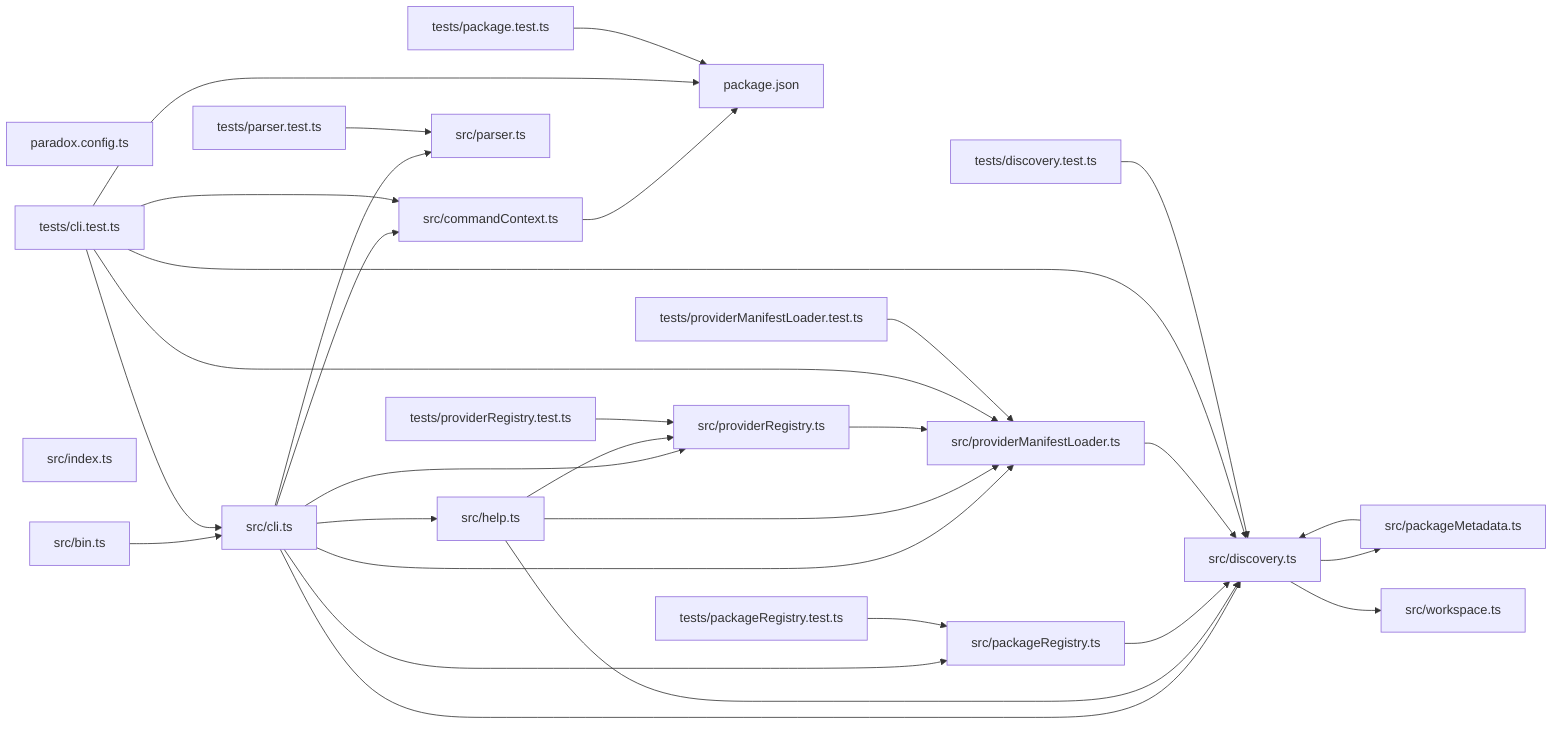
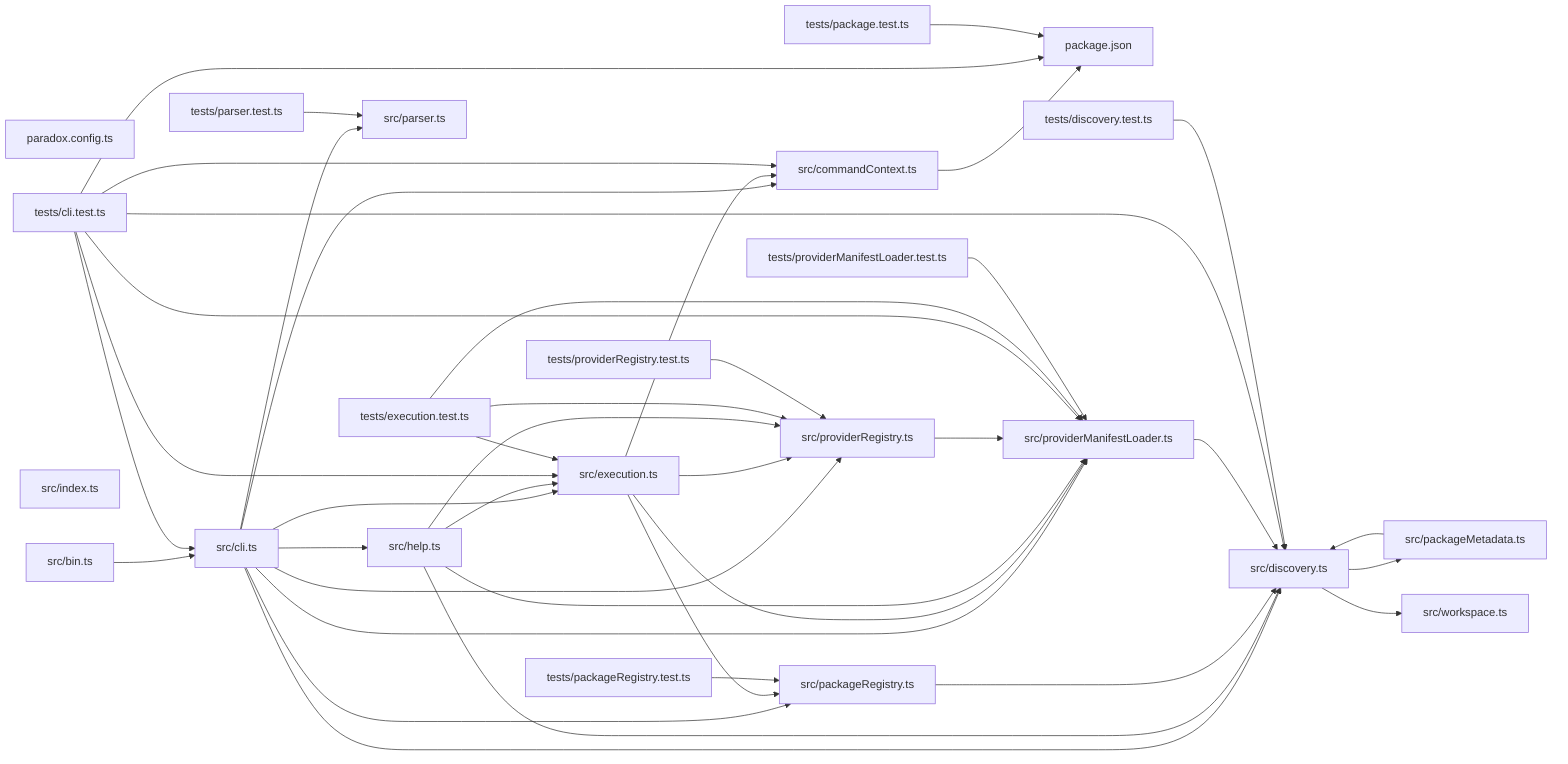
graph LR
  module_package_json["package.json"]
  module_paradox_config_ts["paradox.config.ts"]
  module_src_bin_ts["src/bin.ts"]
  module_src_cli_ts["src/cli.ts"]
  module_src_commandContext_ts["src/commandContext.ts"]
  module_src_discovery_ts["src/discovery.ts"]
+   module_src_execution_ts["src/execution.ts"]
  module_src_help_ts["src/help.ts"]
  module_src_index_ts["src/index.ts"]
  module_src_packageMetadata_ts["src/packageMetadata.ts"]
  module_src_packageRegistry_ts["src/packageRegistry.ts"]
  module_src_parser_ts["src/parser.ts"]
  module_src_providerManifestLoader_ts["src/providerManifestLoader.ts"]
  module_src_providerRegistry_ts["src/providerRegistry.ts"]
  module_src_workspace_ts["src/workspace.ts"]
  module_tests_cli_test_ts["tests/cli.test.ts"]
  module_tests_discovery_test_ts["tests/discovery.test.ts"]
+   module_tests_execution_test_ts["tests/execution.test.ts"]
  module_tests_package_test_ts["tests/package.test.ts"]
  module_tests_packageRegistry_test_ts["tests/packageRegistry.test.ts"]
  module_tests_parser_test_ts["tests/parser.test.ts"]
  module_tests_providerManifestLoader_test_ts["tests/providerManifestLoader.test.ts"]
  module_tests_providerRegistry_test_ts["tests/providerRegistry.test.ts"]
  module_src_bin_ts --> module_src_cli_ts
  module_src_cli_ts --> module_src_commandContext_ts
  module_src_cli_ts --> module_src_discovery_ts
+   module_src_cli_ts --> module_src_execution_ts
  module_src_cli_ts --> module_src_help_ts
  module_src_cli_ts --> module_src_packageRegistry_ts
  module_src_cli_ts --> module_src_parser_ts
  module_src_cli_ts --> module_src_providerManifestLoader_ts
  module_src_cli_ts --> module_src_providerRegistry_ts
  module_src_commandContext_ts --> module_package_json
  module_src_discovery_ts --> module_src_packageMetadata_ts
  module_src_discovery_ts --> module_src_workspace_ts
+   module_src_execution_ts --> module_src_commandContext_ts
+   module_src_execution_ts --> module_src_packageRegistry_ts
+   module_src_execution_ts --> module_src_providerManifestLoader_ts
+   module_src_execution_ts --> module_src_providerRegistry_ts
  module_src_help_ts --> module_src_discovery_ts
+   module_src_help_ts --> module_src_execution_ts
  module_src_help_ts --> module_src_providerManifestLoader_ts
  module_src_help_ts --> module_src_providerRegistry_ts
  module_src_packageMetadata_ts --> module_src_discovery_ts
  module_src_packageRegistry_ts --> module_src_discovery_ts
  module_src_providerManifestLoader_ts --> module_src_discovery_ts
  module_src_providerRegistry_ts --> module_src_providerManifestLoader_ts
  module_tests_cli_test_ts --> module_package_json
  module_tests_cli_test_ts --> module_src_cli_ts
  module_tests_cli_test_ts --> module_src_commandContext_ts
  module_tests_cli_test_ts --> module_src_discovery_ts
+   module_tests_cli_test_ts --> module_src_execution_ts
  module_tests_cli_test_ts --> module_src_providerManifestLoader_ts
  module_tests_discovery_test_ts --> module_src_discovery_ts
+   module_tests_execution_test_ts --> module_src_execution_ts
+   module_tests_execution_test_ts --> module_src_providerManifestLoader_ts
+   module_tests_execution_test_ts --> module_src_providerRegistry_ts
  module_tests_package_test_ts --> module_package_json
  module_tests_packageRegistry_test_ts --> module_src_packageRegistry_ts
  module_tests_parser_test_ts --> module_src_parser_ts
  module_tests_providerManifestLoader_test_ts --> module_src_providerManifestLoader_ts
  module_tests_providerRegistry_test_ts --> module_src_providerRegistry_ts
